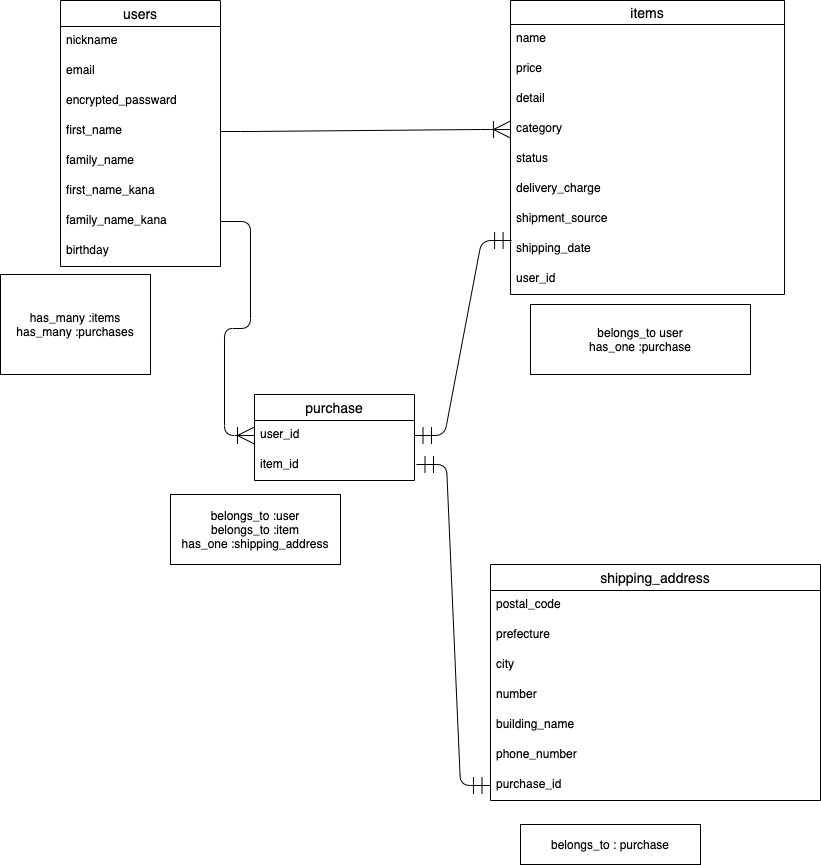
The draw.io diagram entity.dio.png in neeee22/furima-35953, before a commit. Source tidied: cells renumbered, new cells last; positions are measured from the earlier drawing's top-left corner, leaving out a move shared by most shapes.
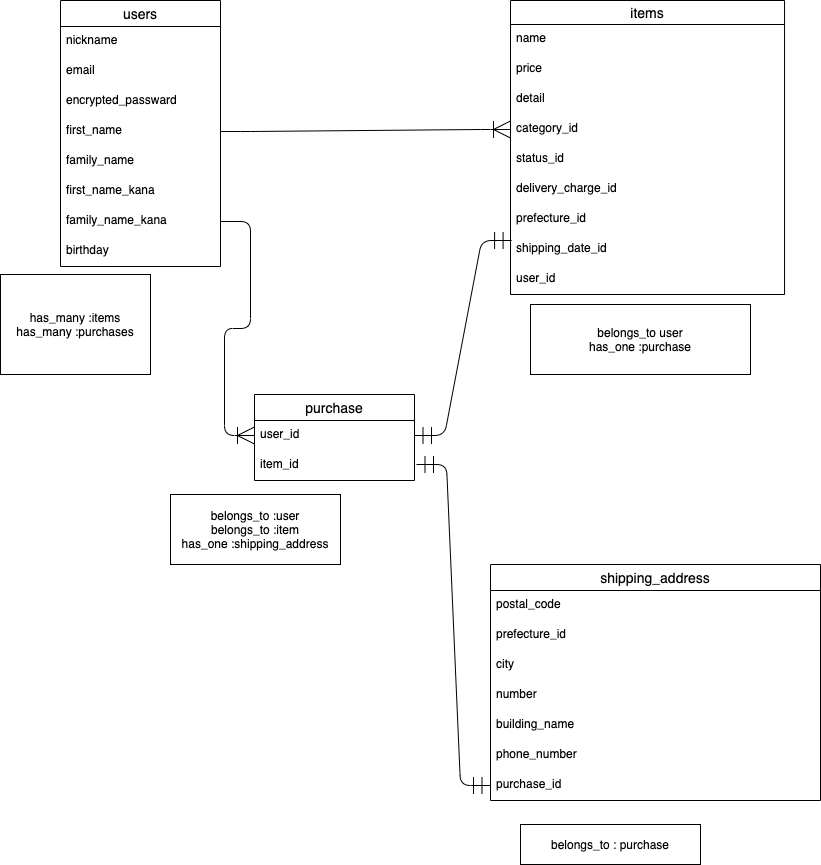
After the commit.

Commit message:
レビューを受けて修正

What changed in the source:
```diff
@@ -41,19 +41,19 @@
     <mxCell id="14" value="detail" style="text;strokeColor=none;fillColor=none;spacingLeft=4;spacingRight=4;overflow=hidden;fontSize=12;" parent="11" vertex="1">
       <mxGeometry y="84" width="274" height="30" as="geometry" />
     </mxCell>
-    <mxCell id="15" value="category" style="text;strokeColor=none;fillColor=none;spacingLeft=4;spacingRight=4;overflow=hidden;points=[[0,0.5],[1,0.5]];portConstraint=eastwest;fontSize=12;" parent="11" vertex="1">
+    <mxCell id="15" value="category_id" style="text;strokeColor=none;fillColor=none;spacingLeft=4;spacingRight=4;overflow=hidden;points=[[0,0.5],[1,0.5]];portConstraint=eastwest;fontSize=12;" parent="11" vertex="1">
       <mxGeometry y="114" width="274" height="30" as="geometry" />
     </mxCell>
-    <mxCell id="16" value="status" style="text;strokeColor=none;fillColor=none;spacingLeft=4;spacingRight=4;overflow=hidden;fontSize=12;" parent="11" vertex="1">
+    <mxCell id="16" value="status_id" style="text;strokeColor=none;fillColor=none;spacingLeft=4;spacingRight=4;overflow=hidden;fontSize=12;" parent="11" vertex="1">
       <mxGeometry y="144" width="274" height="30" as="geometry" />
     </mxCell>
-    <mxCell id="17" value="delivery_charge" style="text;strokeColor=none;fillColor=none;spacingLeft=4;spacingRight=4;overflow=hidden;fontSize=12;" parent="11" vertex="1">
+    <mxCell id="17" value="delivery_charge_id" style="text;strokeColor=none;fillColor=none;spacingLeft=4;spacingRight=4;overflow=hidden;fontSize=12;" parent="11" vertex="1">
       <mxGeometry y="174" width="274" height="30" as="geometry" />
     </mxCell>
-    <mxCell id="18" value="shipment_source" style="text;strokeColor=none;fillColor=none;spacingLeft=4;spacingRight=4;overflow=hidden;fontSize=12;" parent="11" vertex="1">
+    <mxCell id="18" value="prefecture_id" style="text;strokeColor=none;fillColor=none;spacingLeft=4;spacingRight=4;overflow=hidden;fontSize=12;" parent="11" vertex="1">
       <mxGeometry y="204" width="274" height="30" as="geometry" />
     </mxCell>
-    <mxCell id="19" value="shipping_date" style="text;strokeColor=none;fillColor=none;spacingLeft=4;spacingRight=4;overflow=hidden;points=[[0,0.5],[1,0.5]];portConstraint=eastwest;fontSize=12;" parent="11" vertex="1">
+    <mxCell id="19" value="shipping_date_id" style="text;strokeColor=none;fillColor=none;spacingLeft=4;spacingRight=4;overflow=hidden;points=[[0,0.5],[1,0.5]];portConstraint=eastwest;fontSize=12;" parent="11" vertex="1">
       <mxGeometry y="234" width="274" height="30" as="geometry" />
     </mxCell>
     <mxCell id="20" value="user_id" style="text;strokeColor=none;fillColor=none;spacingLeft=4;spacingRight=4;overflow=hidden;fontSize=12;" parent="11" vertex="1">
@@ -65,7 +65,7 @@
     <mxCell id="22" value="postal_code" style="text;strokeColor=none;fillColor=none;spacingLeft=4;spacingRight=4;overflow=hidden;fontSize=12;" parent="21" vertex="1">
       <mxGeometry y="26" width="330" height="30" as="geometry" />
     </mxCell>
-    <mxCell id="23" value="prefecture" style="text;strokeColor=none;fillColor=none;spacingLeft=4;spacingRight=4;overflow=hidden;fontSize=12;" parent="21" vertex="1">
+    <mxCell id="23" value="prefecture_id" style="text;strokeColor=none;fillColor=none;spacingLeft=4;spacingRight=4;overflow=hidden;fontSize=12;" parent="21" vertex="1">
       <mxGeometry y="56" width="330" height="30" as="geometry" />
     </mxCell>
     <mxCell id="24" value="city" style="text;strokeColor=none;fillColor=none;spacingLeft=4;spacingRight=4;overflow=hidden;fontSize=12;" parent="21" vertex="1">
```
